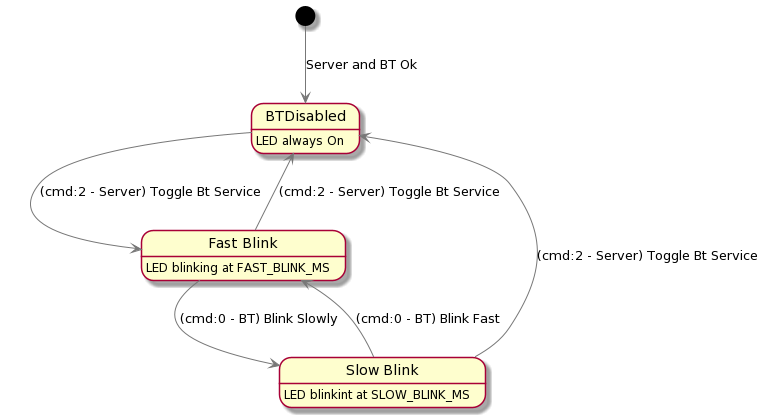
Before: images/FSM.png, a diagram exported from PlantUML (lorsi96/ESP32-IDF-BTSerial-TCP-NonBlockingSockets-Demo).
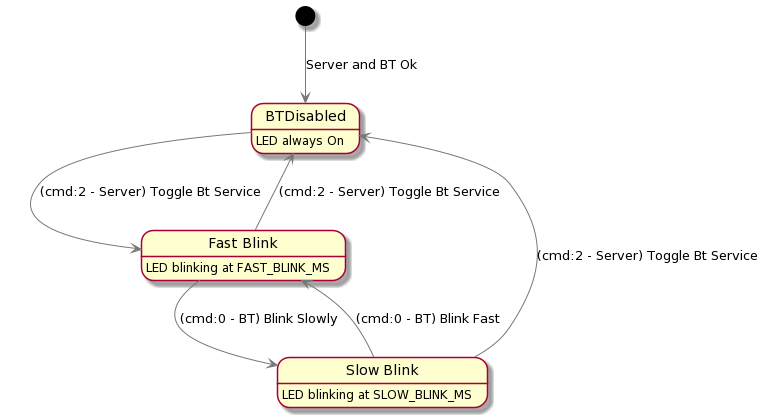
After the commit.

Commit message:
Updated markdown to find images

The edit, as a diff of the source:
```diff
@@ -10,7 +10,7 @@
 
 
 Fast:   LED blinking at FAST_BLINK_MS
-Slow:   LED blinkint at SLOW_BLINK_MS
+Slow:   LED blinking at SLOW_BLINK_MS
 BTDisabled: LED always On
 
 
```
